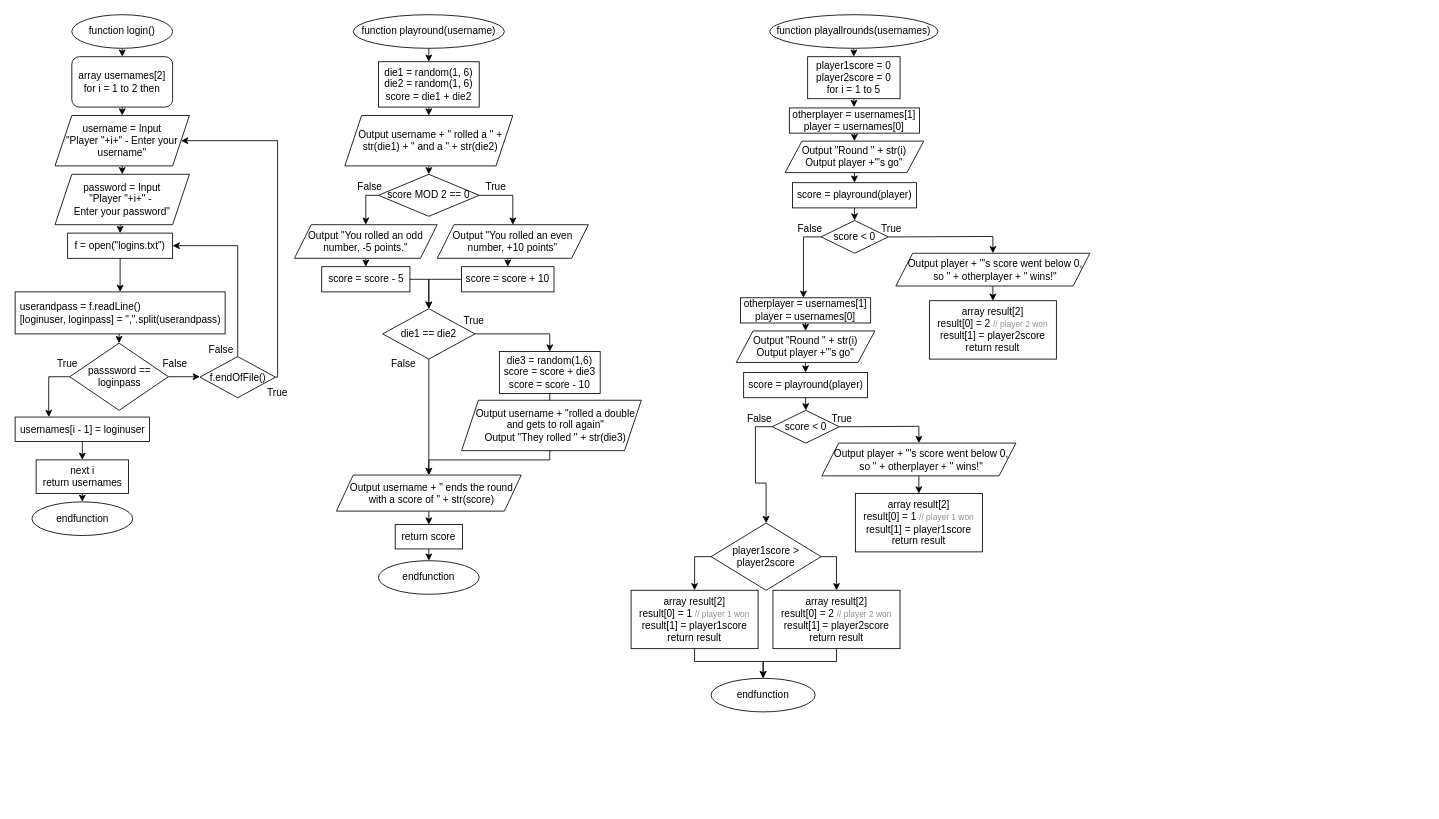
Earlier version of the draw.io diagram flowchart.drawio (tpguy825/draw.io). Source tidied: cells renumbered, new cells numbered last; positions are measured from the earlier drawing's top-left corner, leaving out a move shared by most shapes. Both pictures are drawn from the tidied source at 84%, with x=0, y=0 at pixel (15, 14).
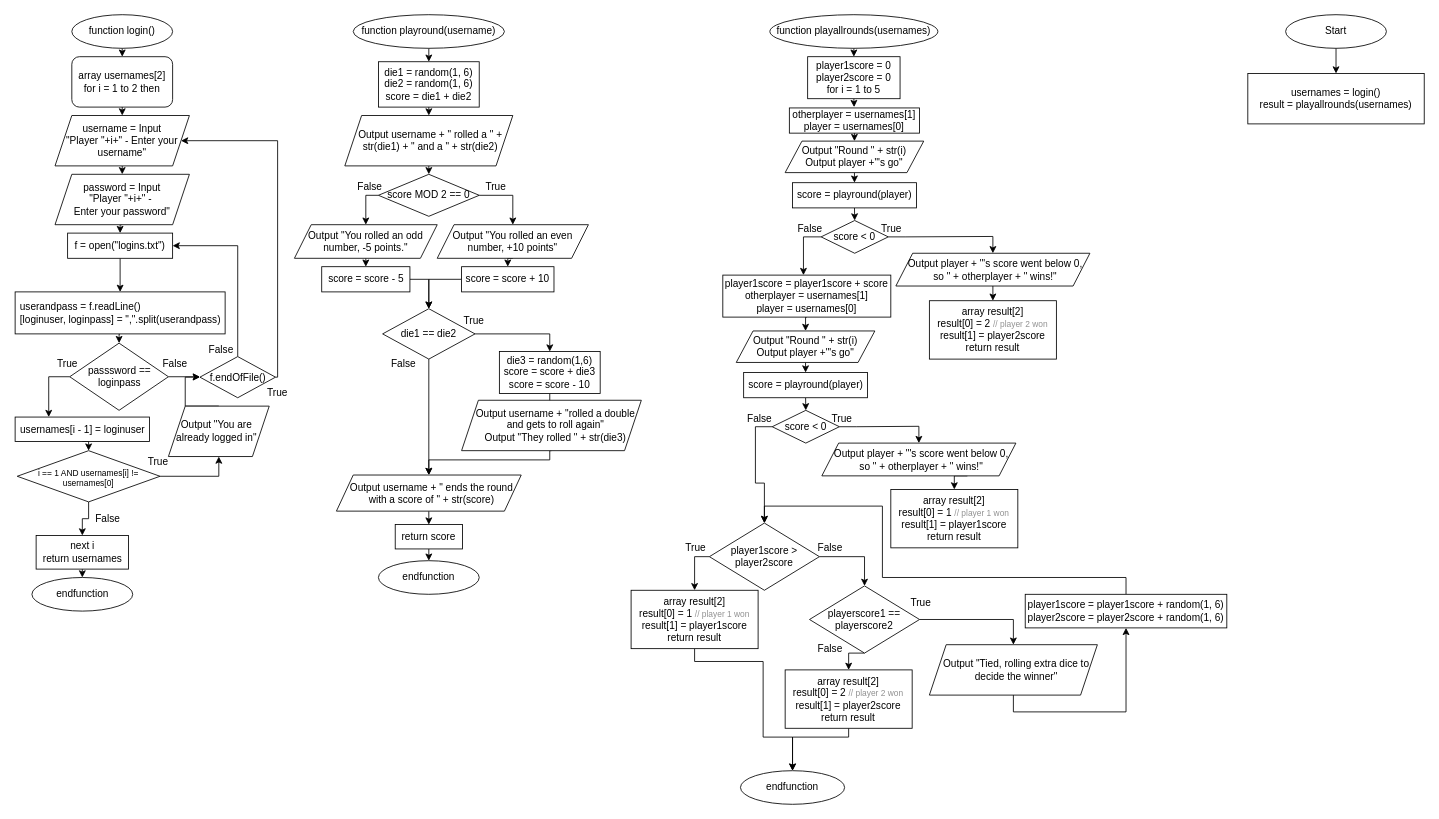
The same page after the edit.

Unchanged cells that the change refers to:
```xml
<mxCell id="84" value="Output player + &quot;'s score went below 0, so &quot; + otherplayer + &quot; wins!&quot;" style="shape=parallelogram;perimeter=parallelogramPerimeter;whiteSpace=wrap;html=1;fixedSize=1;spacingLeft=6;" parent="1" vertex="1">
  <mxGeometry x="959.9" y="510" width="231" height="39" as="geometry" />
</mxCell>
<mxCell id="92" value="array result[2]&lt;br&gt;result[0] = 1&amp;nbsp;&lt;font color=&quot;#919191&quot; style=&quot;font-size: 10px;&quot;&gt;// player 1 won&lt;/font&gt;&lt;br&gt;result[1] = player1score&lt;br&gt;return result" style="rounded=0;whiteSpace=wrap;html=1;" parent="1" vertex="1">
  <mxGeometry x="732.8" y="685.2" width="151.2" height="69.5" as="geometry" />
</mxCell>
<mxCell id="99" value="usernames[i - 1] = loginuser" style="rounded=0;whiteSpace=wrap;html=1;" parent="1" vertex="1">
  <mxGeometry x="-0.5" y="479" width="160" height="29" as="geometry" />
</mxCell>
<mxCell id="105" value="f.endOfFile()" style="rhombus;whiteSpace=wrap;html=1;" parent="1" vertex="1">
  <mxGeometry x="219.5" y="407" width="90" height="49" as="geometry" />
</mxCell>
```

What changed in the source:
```diff
@@
     <mxCell id="13" value="next i&lt;br&gt;return usernames" style="rounded=0;whiteSpace=wrap;html=1;" parent="1" vertex="1">
-      <mxGeometry x="24.5" y="530" width="110" height="40" as="geometry" />
+      <mxGeometry x="24.5" y="620" width="110" height="40" as="geometry" />
     </mxCell>
     <mxCell id="14" value="endfunction" style="ellipse;whiteSpace=wrap;html=1;" parent="1" vertex="1">
-      <mxGeometry x="19.5" y="580" width="120" height="40" as="geometry" />
+      <mxGeometry x="19.5" y="670" width="120" height="40" as="geometry" />
     </mxCell>
@@
     <mxCell id="55" value="endfunction" style="ellipse;whiteSpace=wrap;html=1;" parent="1" vertex="1">
-      <mxGeometry x="828" y="790" width="124" height="40" as="geometry" />
+      <mxGeometry x="863" y="900" width="124" height="40" as="geometry" />
     </mxCell>
@@
-    <mxCell id="75" value="otherplayer = usernames[1]&lt;br&gt;player = usernames[0]" style="rounded=0;whiteSpace=wrap;html=1;align=center;" parent="1" vertex="1">
-      <mxGeometry x="863" y="337" width="155" height="30" as="geometry" />
+    <mxCell id="75" value="player1score = player1score + score&lt;br&gt;otherplayer = usernames[1]&lt;br&gt;player = usernames[0]" style="rounded=0;whiteSpace=wrap;html=1;align=center;" parent="1" vertex="1">
+      <mxGeometry x="842" y="310" width="200" height="50" as="geometry" />
     </mxCell>
@@
-    <mxCell id="82" value="score &amp;lt; 0" style="rhombus;whiteSpace=wrap;html=1;" parent="1" vertex="1">
+    <mxCell id="82" value="score&amp;nbsp;&amp;lt; 0" style="rhombus;whiteSpace=wrap;html=1;" parent="1" vertex="1">
       <mxGeometry x="900.8" y="471" width="80" height="39" as="geometry" />
     </mxCell>
-    <mxCell id="83" style="edgeStyle=orthogonalEdgeStyle;rounded=0;jettySize=auto;html=1;exitX=0.5;exitY=1;exitDx=0;exitDy=0;entryX=0.5;entryY=0;entryDx=0;entryDy=0;" parent="1" edge="1" source="84" target="85">
+    <mxCell id="83" style="edgeStyle=orthogonalEdgeStyle;rounded=0;jettySize=auto;html=1;exitX=0.75;exitY=1;exitDx=0;exitDy=0;entryX=0.5;entryY=0;entryDx=0;entryDy=0;" parent="1" edge="1" source="84" target="85">
       <mxGeometry relative="1" as="geometry" />
     </mxCell>
@@
     <mxCell id="85" value="array result[2]&lt;br&gt;result[0] = 1&amp;nbsp;&lt;font color=&quot;#919191&quot; style=&quot;font-size: 10px;&quot;&gt;// player 1 won&lt;/font&gt;&lt;br&gt;result[1] = player1score&lt;br&gt;return result" style="rounded=0;whiteSpace=wrap;html=1;" parent="1" vertex="1">
-      <mxGeometry x="999.8" y="570" width="151.2" height="69.5" as="geometry" />
+      <mxGeometry x="1042" y="565.2" width="151.2" height="69.5" as="geometry" />
     </mxCell>
@@
-    <mxCell id="89" style="edgeStyle=orthogonalEdgeStyle;rounded=0;jettySize=auto;html=1;exitX=1;exitY=0.5;exitDx=0;exitDy=0;entryX=0.5;entryY=0;entryDx=0;entryDy=0;" parent="1" edge="1" source="90" target="94">
-      <mxGeometry relative="1" as="geometry">
-        <Array as="points">
-          <mxPoint x="977" y="645.2" />
-        </Array>
-      </mxGeometry>
-    </mxCell>
+    <mxCell id="109" style="edgeStyle=orthogonalEdgeStyle;rounded=0;jettySize=auto;html=1;exitX=1;exitY=0.5;exitDx=0;exitDy=0;" parent="1" edge="1" source="90" target="116">
+      <mxGeometry relative="1" as="geometry" />
+    </mxCell>
     <mxCell id="90" value="player1score &amp;gt; player2score" style="rhombus;whiteSpace=wrap;html=1;" parent="1" vertex="1">
-      <mxGeometry x="828" y="605.2" width="131" height="80" as="geometry" />
+      <mxGeometry x="826" y="605.2" width="131" height="80" as="geometry" />
     </mxCell>
     <mxCell id="91" style="edgeStyle=orthogonalEdgeStyle;rounded=0;jettySize=auto;html=1;exitX=0.5;exitY=1;exitDx=0;exitDy=0;entryX=0.5;entryY=0;entryDx=0;entryDy=0;" parent="1" edge="1" source="92" target="55">
       <mxGeometry relative="1" as="geometry">
         <Array as="points">
           <mxPoint x="808" y="770" />
           <mxPoint x="890" y="770" />
+          <mxPoint x="890" y="860" />
+          <mxPoint x="925" y="860" />
         </Array>
       </mxGeometry>
     </mxCell>
@@
     <mxCell id="93" style="edgeStyle=orthogonalEdgeStyle;rounded=0;jettySize=auto;html=1;exitX=0.5;exitY=1;exitDx=0;exitDy=0;entryX=0.5;entryY=0;entryDx=0;entryDy=0;" parent="1" edge="1" source="94" target="55">
       <mxGeometry relative="1" as="geometry">
         <Array as="points">
-          <mxPoint x="977" y="770" />
-          <mxPoint x="890" y="770" />
+          <mxPoint x="992" y="860" />
+          <mxPoint x="925" y="860" />
         </Array>
       </mxGeometry>
     </mxCell>
     <mxCell id="94" value="array result[2]&lt;br&gt;result[0] = 2 &lt;font color=&quot;#919191&quot; style=&quot;font-size: 10px;&quot;&gt;// player 2 won&lt;/font&gt;&lt;br&gt;result[1] = player2score&lt;br&gt;return result" style="rounded=0;whiteSpace=wrap;html=1;" parent="1" vertex="1">
-      <mxGeometry x="901.7" y="685.2" width="151.2" height="69.5" as="geometry" />
+      <mxGeometry x="916.2" y="780" width="151.2" height="69.5" as="geometry" />
     </mxCell>
@@
-    <mxCell id="98" style="edgeStyle=orthogonalEdgeStyle;rounded=0;jettySize=auto;html=1;exitX=0.5;exitY=1;exitDx=0;exitDy=0;entryX=0.5;entryY=0;entryDx=0;entryDy=0;" parent="1" edge="1" source="99" target="13">
-      <mxGeometry relative="1" as="geometry" />
-    </mxCell>
+    <mxCell id="110" style="edgeStyle=orthogonalEdgeStyle;rounded=0;jettySize=auto;html=1;exitX=0.5;exitY=1;exitDx=0;exitDy=0;entryX=0.5;entryY=0;entryDx=0;entryDy=0;" parent="1" edge="1" source="99" target="127">
+      <mxGeometry relative="1" as="geometry" />
+    </mxCell>
@@
+    <mxCell id="111" style="edgeStyle=orthogonalEdgeStyle;rounded=0;jettySize=auto;html=1;exitX=0.5;exitY=1;exitDx=0;exitDy=0;entryX=0.5;entryY=0;entryDx=0;entryDy=0;" parent="1" edge="1" source="112" target="113">
+      <mxGeometry relative="1" as="geometry" />
+    </mxCell>
+    <mxCell id="112" value="Start" style="ellipse;whiteSpace=wrap;html=1;" parent="1" vertex="1">
+      <mxGeometry x="1512" width="120" height="40" as="geometry" />
+    </mxCell>
+    <mxCell id="113" value="usernames = login()&lt;br&gt;result = playallrounds(usernames)" style="rounded=0;whiteSpace=wrap;html=1;" parent="1" vertex="1">
+      <mxGeometry x="1467" y="70" width="210" height="60" as="geometry" />
+    </mxCell>
+    <mxCell id="114" style="edgeStyle=orthogonalEdgeStyle;rounded=0;jettySize=auto;html=1;exitX=0.5;exitY=1;exitDx=0;exitDy=0;entryX=0.5;entryY=0;entryDx=0;entryDy=0;" parent="1" edge="1" source="116" target="94">
+      <mxGeometry relative="1" as="geometry" />
+    </mxCell>
+    <mxCell id="115" style="edgeStyle=orthogonalEdgeStyle;rounded=0;jettySize=auto;html=1;exitX=1;exitY=0.5;exitDx=0;exitDy=0;entryX=0.5;entryY=0;entryDx=0;entryDy=0;" parent="1" edge="1" source="116" target="124">
+      <mxGeometry relative="1" as="geometry" />
+    </mxCell>
+    <mxCell id="116" value="playerscore1 == playerscore2" style="rhombus;whiteSpace=wrap;html=1;" parent="1" vertex="1">
+      <mxGeometry x="945.2" y="680" width="131" height="80" as="geometry" />
+    </mxCell>
+    <mxCell id="117" value="True" style="text;html=1;strokeColor=none;fillColor=none;align=center;verticalAlign=middle;whiteSpace=wrap;rounded=0;" parent="1" vertex="1">
+      <mxGeometry x="780" y="620" width="60" height="30" as="geometry" />
+    </mxCell>
+    <mxCell id="118" value="False" style="text;html=1;strokeColor=none;fillColor=none;align=center;verticalAlign=middle;whiteSpace=wrap;rounded=0;" parent="1" vertex="1">
+      <mxGeometry x="939.8" y="620" width="60" height="30" as="geometry" />
+    </mxCell>
+    <mxCell id="119" value="False" style="text;html=1;strokeColor=none;fillColor=none;align=center;verticalAlign=middle;whiteSpace=wrap;rounded=0;" parent="1" vertex="1">
+      <mxGeometry x="939.8" y="740" width="60" height="30" as="geometry" />
+    </mxCell>
+    <mxCell id="120" value="True" style="text;html=1;strokeColor=none;fillColor=none;align=center;verticalAlign=middle;whiteSpace=wrap;rounded=0;" parent="1" vertex="1">
+      <mxGeometry x="1048" y="685.2" width="60" height="30" as="geometry" />
+    </mxCell>
+    <mxCell id="121" style="edgeStyle=orthogonalEdgeStyle;rounded=0;jettySize=auto;html=1;exitX=0.5;exitY=0;exitDx=0;exitDy=0;entryX=0.5;entryY=0;entryDx=0;entryDy=0;" parent="1" edge="1" source="122" target="90">
+      <mxGeometry relative="1" as="geometry">
+        <Array as="points">
+          <mxPoint x="1322" y="670" />
+          <mxPoint x="1032" y="670" />
+          <mxPoint x="1032" y="585" />
+          <mxPoint x="892" y="585" />
+        </Array>
+      </mxGeometry>
+    </mxCell>
+    <mxCell id="122" value="player1score = player1score + random(1, 6)&lt;br&gt;player2score = player2score + random(1, 6)" style="rounded=0;whiteSpace=wrap;html=1;" parent="1" vertex="1">
+      <mxGeometry x="1202" y="690" width="240" height="40" as="geometry" />
+    </mxCell>
+    <mxCell id="123" style="edgeStyle=orthogonalEdgeStyle;rounded=0;jettySize=auto;html=1;exitX=0.5;exitY=1;exitDx=0;exitDy=0;entryX=0.5;entryY=1;entryDx=0;entryDy=0;" parent="1" edge="1" source="124" target="122">
+      <mxGeometry relative="1" as="geometry" />
+    </mxCell>
+    <mxCell id="124" value="Output &quot;Tied, rolling extra dice to decide the winner&quot;" style="shape=parallelogram;perimeter=parallelogramPerimeter;whiteSpace=wrap;html=1;fixedSize=1;spacingLeft=7;" parent="1" vertex="1">
+      <mxGeometry x="1087.9" y="750" width="200" height="60" as="geometry" />
+    </mxCell>
+    <mxCell id="125" style="edgeStyle=orthogonalEdgeStyle;rounded=0;jettySize=auto;html=1;exitX=0.5;exitY=1;exitDx=0;exitDy=0;" parent="1" edge="1" source="127" target="13">
+      <mxGeometry relative="1" as="geometry" />
+    </mxCell>
+    <mxCell id="126" style="edgeStyle=orthogonalEdgeStyle;rounded=0;jettySize=auto;html=1;exitX=1;exitY=0.5;exitDx=0;exitDy=0;entryX=0.5;entryY=1;entryDx=0;entryDy=0;" parent="1" edge="1" source="127" target="131">
+      <mxGeometry relative="1" as="geometry" />
+    </mxCell>
+    <mxCell id="127" value="i == 1 AND usernames[i] != usernames[0]" style="rhombus;whiteSpace=wrap;html=1;fontSize=10;spacingTop=5;" parent="1" vertex="1">
+      <mxGeometry x="2" y="519" width="170" height="61" as="geometry" />
+    </mxCell>
+    <mxCell id="128" value="True" style="text;html=1;strokeColor=none;fillColor=none;align=center;verticalAlign=middle;whiteSpace=wrap;rounded=0;" parent="1" vertex="1">
+      <mxGeometry x="139.5" y="518" width="60" height="30" as="geometry" />
+    </mxCell>
+    <mxCell id="129" value="False" style="text;html=1;strokeColor=none;fillColor=none;align=center;verticalAlign=middle;whiteSpace=wrap;rounded=0;" parent="1" vertex="1">
+      <mxGeometry x="79.5" y="585" width="60" height="30" as="geometry" />
+    </mxCell>
+    <mxCell id="130" style="edgeStyle=orthogonalEdgeStyle;rounded=0;jettySize=auto;html=1;exitX=0.5;exitY=0;exitDx=0;exitDy=0;entryX=0;entryY=0.5;entryDx=0;entryDy=0;" parent="1" edge="1" source="131" target="105">
+      <mxGeometry relative="1" as="geometry">
+        <Array as="points">
+          <mxPoint x="202" y="466" />
+          <mxPoint x="202" y="431" />
+        </Array>
+      </mxGeometry>
+    </mxCell>
+    <mxCell id="131" value="Output &quot;You are already logged in&quot;" style="shape=parallelogram;perimeter=parallelogramPerimeter;whiteSpace=wrap;html=1;fixedSize=1;spacingRight=5;" parent="1" vertex="1">
+      <mxGeometry x="182" y="466" width="120" height="60" as="geometry" />
+    </mxCell>
```
